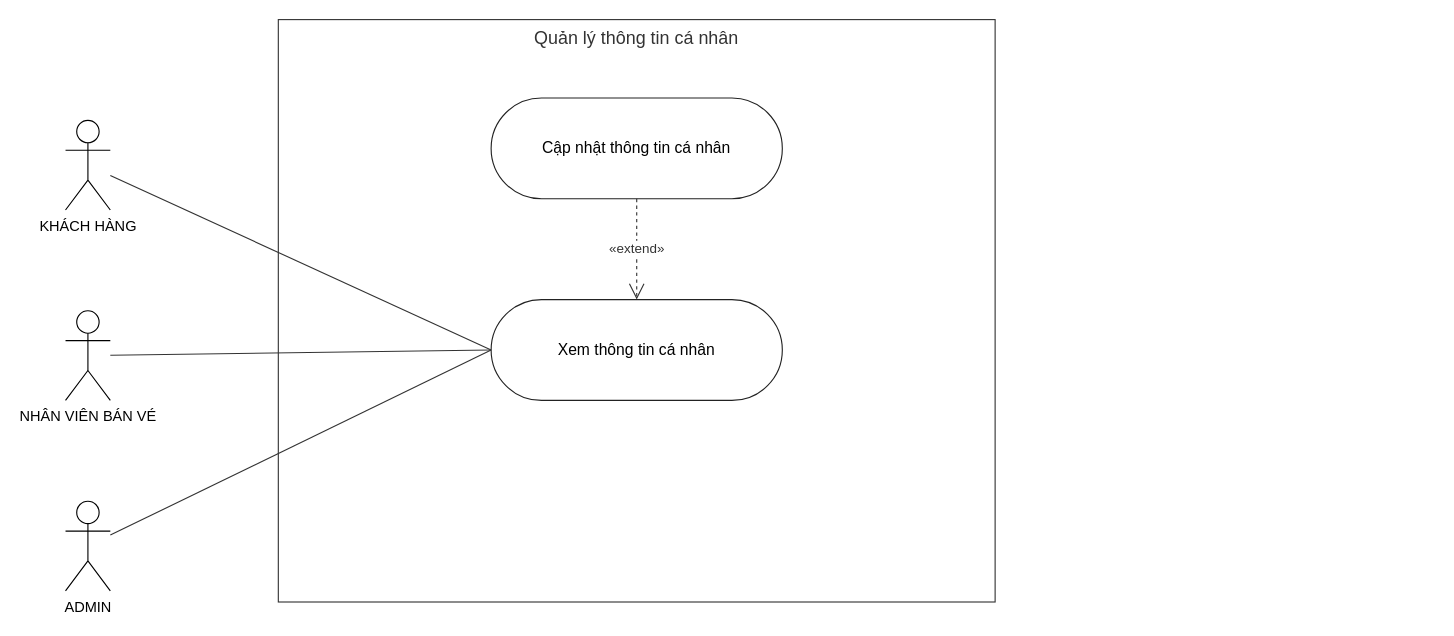
Above: page "5. Quản lý thông tin cá nhân" (5 of 19) of docs/use-case/UseCase_DatVeXeKhach.drawio in Longcodepro/Project_OOAD_HK1_2026-2027 (draw.io), before the change. Source tidied: cells renumbered, new cells numbered last; positions are measured from the earlier drawing's top-left corner, leaving out a move shared by most shapes. Both pictures are drawn from the tidied source at 112%, with x=0, y=0 at pixel (65, 19).
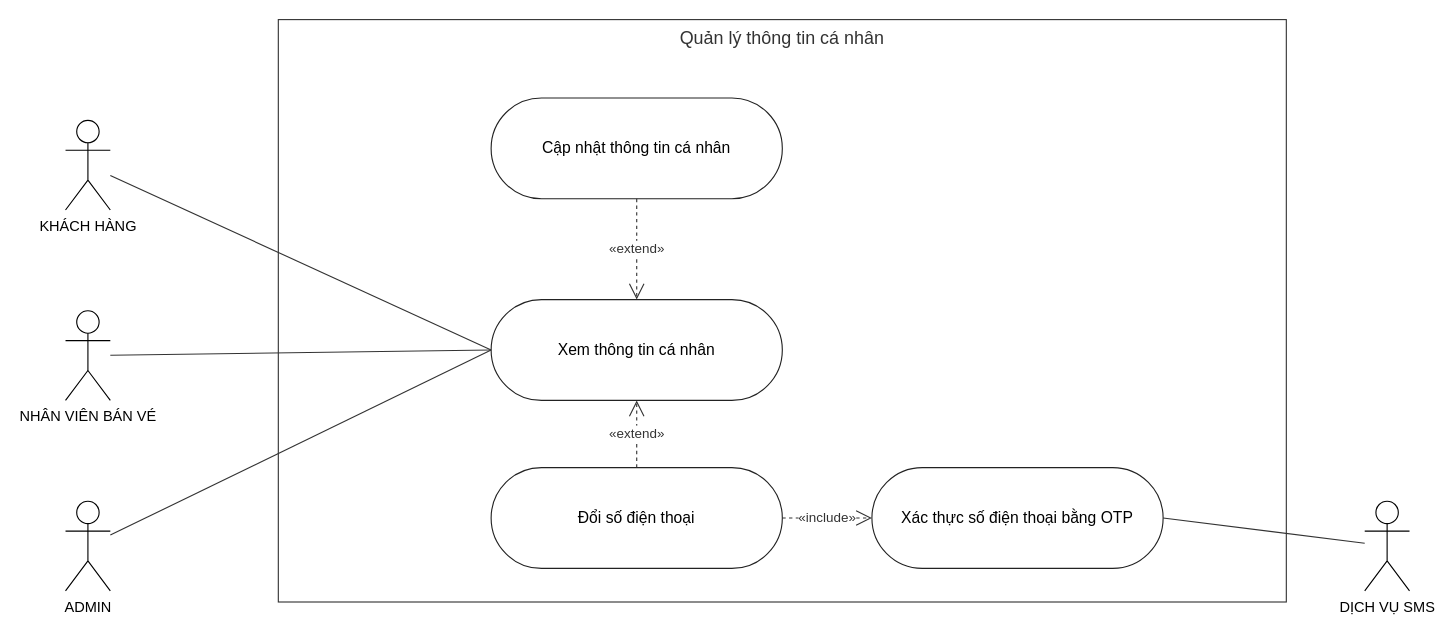
After the change.

What changed in the source:
```diff
@@
 <mxGraphModel background="#ffffff">
   <root>
     <mxCell id="0" />
     <mxCell id="1" parent="0" />
     <mxCell id="2" value="Quản lý thông tin cá nhân" style="rounded=0;whiteSpace=wrap;html=1;verticalAlign=top;fontSize=16;fillColor=none;strokeColor=#333333;fontColor=#333333;" parent="1" vertex="1">
-      <mxGeometry x="190" width="640" height="520" as="geometry" />
+      <mxGeometry x="190" width="900" height="520" as="geometry" />
     </mxCell>
     <mxCell id="3" value="KHÁCH HÀNG" style="shape=umlActor;verticalLabelPosition=bottom;verticalAlign=top;html=1;outlineConnect=0;fontSize=13;fontColor=#000000;strokeColor=#000000;" parent="1" vertex="1">
       <mxGeometry y="90" width="40" height="80" as="geometry" />
     </mxCell>
     <mxCell id="4" value="NHÂN VIÊN BÁN VÉ" style="shape=umlActor;verticalLabelPosition=bottom;verticalAlign=top;html=1;outlineConnect=0;fontSize=13;fontColor=#000000;strokeColor=#000000;" parent="1" vertex="1">
       <mxGeometry y="260" width="40" height="80" as="geometry" />
     </mxCell>
     <mxCell id="5" value="Cập nhật thông tin cá nhân" style="rounded=1;arcSize=50;whiteSpace=wrap;html=1;fontSize=14;fillColor=#FFFFFF;strokeColor=#222222;fontColor=#000000;" parent="1" vertex="1">
       <mxGeometry x="380" y="70" width="260" height="90" as="geometry" />
     </mxCell>
     <mxCell id="6" value="Xem thông tin cá nhân" style="rounded=1;arcSize=50;whiteSpace=wrap;html=1;fontSize=14;fillColor=#FFFFFF;strokeColor=#222222;fontColor=#000000;" parent="1" vertex="1">
       <mxGeometry x="380" y="250" width="260" height="90" as="geometry" />
     </mxCell>
     <mxCell id="7" style="endArrow=none;html=1;rounded=0;strokeColor=#333333;entryX=0;entryY=0.5;entryDx=0;entryDy=0;" parent="1" edge="1" source="3" target="6">
       <mxGeometry relative="1" as="geometry" />
     </mxCell>
     <mxCell id="8" style="endArrow=none;html=1;rounded=0;strokeColor=#333333;entryX=0;entryY=0.5;entryDx=0;entryDy=0;" parent="1" edge="1" source="4" target="6">
       <mxGeometry relative="1" as="geometry" />
     </mxCell>
     <mxCell id="9" value="«extend»" style="endArrow=open;endSize=12;dashed=1;html=1;rounded=0;fontSize=12;labelBackgroundColor=#FFFFFF;strokeColor=#333333;fontColor=#333333;" parent="1" edge="1" source="5" target="6">
       <mxGeometry relative="1" as="geometry" />
     </mxCell>
     <mxCell id="10" value="ADMIN" style="shape=umlActor;verticalLabelPosition=bottom;verticalAlign=top;html=1;outlineConnect=0;fontSize=13;fontColor=#000000;strokeColor=#000000;" parent="1" vertex="1">
       <mxGeometry y="430" width="40" height="80" as="geometry" />
     </mxCell>
     <mxCell id="11" style="endArrow=none;html=1;rounded=0;strokeColor=#333333;entryX=0;entryY=0.5;entryDx=0;entryDy=0;" parent="1" edge="1" source="10" target="6">
       <mxGeometry relative="1" as="geometry" />
     </mxCell>
+    <mxCell id="12" value="Đổi số điện thoại" style="rounded=1;arcSize=50;whiteSpace=wrap;html=1;fontSize=14;fillColor=#FFFFFF;strokeColor=#222222;fontColor=#000000;" parent="1" vertex="1">
+      <mxGeometry x="380" y="400" width="260" height="90" as="geometry" />
+    </mxCell>
+    <mxCell id="13" value="Xác thực số điện thoại bằng OTP" style="rounded=1;arcSize=50;whiteSpace=wrap;html=1;fontSize=14;fillColor=#FFFFFF;strokeColor=#222222;fontColor=#000000;" parent="1" vertex="1">
+      <mxGeometry x="720" y="400" width="260" height="90" as="geometry" />
+    </mxCell>
+    <mxCell id="14" value="DỊCH VỤ SMS" style="shape=umlActor;verticalLabelPosition=bottom;verticalAlign=top;html=1;outlineConnect=0;fontSize=13;fontColor=#000000;strokeColor=#000000;" parent="1" vertex="1">
+      <mxGeometry x="1160" y="430" width="40" height="80" as="geometry" />
+    </mxCell>
+    <mxCell id="15" value="«extend»" style="endArrow=open;endSize=12;dashed=1;html=1;rounded=0;fontSize=12;labelBackgroundColor=#FFFFFF;strokeColor=#333333;fontColor=#333333;" parent="1" edge="1" source="12" target="6">
+      <mxGeometry relative="1" as="geometry" />
+    </mxCell>
+    <mxCell id="16" value="«include»" style="endArrow=open;endSize=12;dashed=1;html=1;rounded=0;fontSize=12;labelBackgroundColor=#FFFFFF;strokeColor=#333333;fontColor=#333333;" parent="1" edge="1" source="12" target="13">
+      <mxGeometry relative="1" as="geometry" />
+    </mxCell>
+    <mxCell id="17" style="endArrow=none;html=1;rounded=0;strokeColor=#333333;entryX=1;entryY=0.5;entryDx=0;entryDy=0;" parent="1" edge="1" source="14" target="13">
+      <mxGeometry relative="1" as="geometry" />
+    </mxCell>
   </root>
 </mxGraphModel>
```
